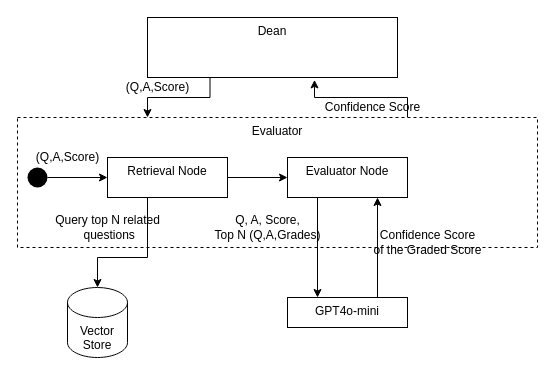
Earlier version of the draw.io diagram page "Page-8" (8 of 9) of img/certification-arch.drawio (saugatach/LLM-grader). Source tidied: cells renumbered, new cells numbered last; positions are measured from the earlier drawing's top-left corner, leaving out a move shared by most shapes. Both pictures are drawn from the tidied source at 100%, with x=0, y=0 at pixel (17, 17).
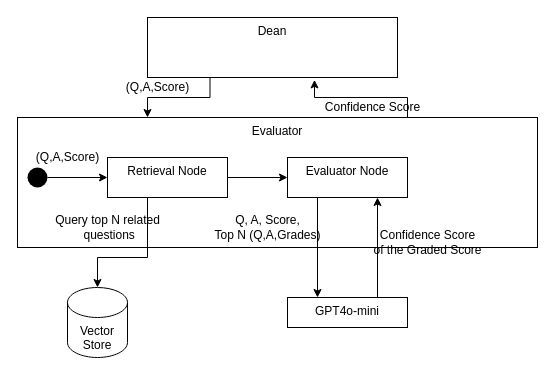
The same page after the edit.

Change to the diagram source:
```diff
@@
-    <mxCell id="3" value="Evaluator" style="rounded=0;whiteSpace=wrap;html=1;verticalAlign=top;dashed=1;" parent="1" vertex="1">
+    <mxCell id="3" value="Evaluator" style="rounded=0;whiteSpace=wrap;html=1;verticalAlign=top;" parent="1" vertex="1">
       <mxGeometry y="100" width="520" height="130" as="geometry" />
     </mxCell>
```
